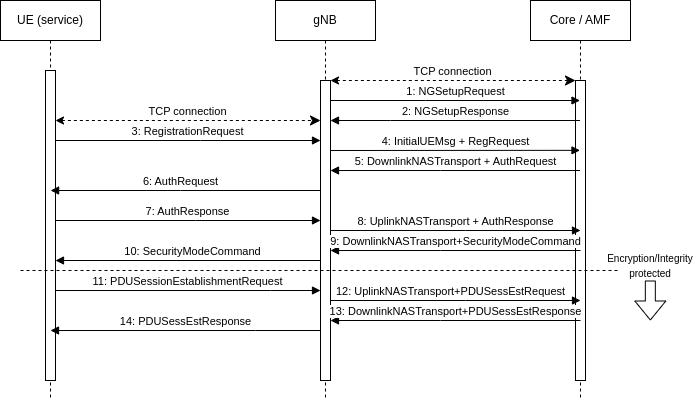
Above: registration.png in enowars/enowars7-service-phreaking (draw.io), before the change. Source tidied: cells renumbered, new cells last; positions are measured from the earlier drawing's top-left corner, leaving out a move shared by most shapes. Source of this version:
```xml
<mxGraphModel>
  <root>
    <mxCell id="0" />
    <mxCell id="1" parent="0" />
    <mxCell id="2" value="UE (service)" style="shape=umlLifeline;perimeter=lifelinePerimeter;whiteSpace=wrap;html=1;outlineConnect=0;portConstraint=eastwest;newEdgeStyle={&quot;edgeStyle&quot;:&quot;elbowEdgeStyle&quot;,&quot;elbow&quot;:&quot;vertical&quot;,&quot;curved&quot;:0,&quot;rounded&quot;:0};" parent="1" vertex="1">
      <mxGeometry width="100" height="400" as="geometry" />
    </mxCell>
    <mxCell id="3" style="html=1;points=[];perimeter=orthogonalPerimeter;outlineConnect=0;targetShapes=umlLifeline;portConstraint=eastwest;newEdgeStyle={&quot;edgeStyle&quot;:&quot;elbowEdgeStyle&quot;,&quot;elbow&quot;:&quot;vertical&quot;,&quot;curved&quot;:0,&quot;rounded&quot;:0};" parent="2" vertex="1">
      <mxGeometry x="45" y="70" width="10" height="310" as="geometry" />
    </mxCell>
    <mxCell id="4" value="gNB" style="shape=umlLifeline;perimeter=lifelinePerimeter;whiteSpace=wrap;html=1;newEdgeStyle={&quot;edgeStyle&quot;:&quot;elbowEdgeStyle&quot;,&quot;elbow&quot;:&quot;vertical&quot;,&quot;curved&quot;:0,&quot;rounded&quot;:0};" parent="1" vertex="1">
      <mxGeometry x="275" width="100" height="400" as="geometry" />
    </mxCell>
    <mxCell id="5" style="html=1;points=[];perimeter=orthogonalPerimeter;outlineConnect=0;targetShapes=umlLifeline;portConstraint=eastwest;newEdgeStyle={&quot;edgeStyle&quot;:&quot;elbowEdgeStyle&quot;,&quot;elbow&quot;:&quot;vertical&quot;,&quot;curved&quot;:0,&quot;rounded&quot;:0};" parent="4" vertex="1">
      <mxGeometry x="45" y="80" width="10" height="300" as="geometry" />
    </mxCell>
    <mxCell id="6" value="3: RegistrationRequest" style="html=1;verticalAlign=bottom;endArrow=block;edgeStyle=elbowEdgeStyle;elbow=vertical;curved=0;rounded=0;" parent="1" edge="1" source="3" target="5">
      <mxGeometry relative="1" as="geometry">
        <Array as="points">
          <mxPoint x="200" y="140" />
          <mxPoint x="190" y="160" />
          <mxPoint x="250" y="140" />
          <mxPoint x="200" y="100" />
          <mxPoint x="245" y="80" />
        </Array>
      </mxGeometry>
    </mxCell>
    <mxCell id="7" value="TCP connection" style="html=1;verticalAlign=bottom;endArrow=classic;dashed=1;endSize=8;edgeStyle=elbowEdgeStyle;elbow=vertical;curved=0;rounded=0;endFill=1;startArrow=classic;startFill=1;" parent="1" edge="1" source="3" target="5">
      <mxGeometry relative="1" as="geometry">
        <Array as="points">
          <mxPoint x="180" y="120" />
          <mxPoint x="240" y="110" />
          <mxPoint x="210" y="80" />
          <mxPoint x="235" y="190" />
        </Array>
      </mxGeometry>
    </mxCell>
    <mxCell id="8" value="Core / AMF" style="shape=umlLifeline;perimeter=lifelinePerimeter;whiteSpace=wrap;html=1;outlineConnect=0;portConstraint=eastwest;newEdgeStyle={&quot;edgeStyle&quot;:&quot;elbowEdgeStyle&quot;,&quot;elbow&quot;:&quot;vertical&quot;,&quot;curved&quot;:0,&quot;rounded&quot;:0};" parent="1" vertex="1">
      <mxGeometry x="530" width="100" height="400" as="geometry" />
    </mxCell>
    <mxCell id="9" style="html=1;points=[];perimeter=orthogonalPerimeter;outlineConnect=0;targetShapes=umlLifeline;portConstraint=eastwest;newEdgeStyle={&quot;edgeStyle&quot;:&quot;elbowEdgeStyle&quot;,&quot;elbow&quot;:&quot;vertical&quot;,&quot;curved&quot;:0,&quot;rounded&quot;:0};" parent="8" vertex="1">
      <mxGeometry x="45" y="80" width="10" height="300" as="geometry" />
    </mxCell>
    <mxCell id="10" value="TCP connection" style="html=1;verticalAlign=bottom;endArrow=classic;dashed=1;endSize=8;edgeStyle=elbowEdgeStyle;elbow=vertical;curved=0;rounded=0;endFill=1;startArrow=classic;startFill=1;" parent="1" edge="1" target="9">
      <mxGeometry relative="1" as="geometry">
        <mxPoint x="330" y="80" as="sourcePoint" />
        <Array as="points">
          <mxPoint x="390" y="80" />
          <mxPoint x="415" y="190" />
        </Array>
      </mxGeometry>
    </mxCell>
    <mxCell id="11" value="1: NGSetupRequest" style="html=1;verticalAlign=bottom;endArrow=block;edgeStyle=elbowEdgeStyle;elbow=vertical;curved=0;rounded=0;" parent="1" edge="1" target="8">
      <mxGeometry relative="1" as="geometry">
        <mxPoint x="330" y="100" as="sourcePoint" />
        <Array as="points">
          <mxPoint x="425" y="100" />
          <mxPoint x="375" y="60" />
          <mxPoint x="420" y="40" />
        </Array>
      </mxGeometry>
    </mxCell>
    <mxCell id="12" value="2: NGSetupResponse" style="html=1;verticalAlign=bottom;endArrow=block;edgeStyle=elbowEdgeStyle;elbow=vertical;curved=0;rounded=0;" parent="1" edge="1" source="8" target="5">
      <mxGeometry relative="1" as="geometry">
        <Array as="points">
          <mxPoint x="390" y="120" />
          <mxPoint x="435" y="110" />
          <mxPoint x="385" y="70" />
          <mxPoint x="430" y="50" />
        </Array>
      </mxGeometry>
    </mxCell>
    <mxCell id="13" value="4: InitialUEMsg + RegRequest" style="html=1;verticalAlign=bottom;endArrow=block;edgeStyle=elbowEdgeStyle;elbow=vertical;curved=0;rounded=0;" parent="1" edge="1" target="8">
      <mxGeometry relative="1" as="geometry">
        <mxPoint x="330" y="150" as="sourcePoint" />
        <Array as="points">
          <mxPoint x="375" y="149.8" />
          <mxPoint x="365" y="169.8" />
          <mxPoint x="425" y="149.8" />
          <mxPoint x="375" y="109.8" />
          <mxPoint x="420" y="89.8" />
        </Array>
      </mxGeometry>
    </mxCell>
    <mxCell id="14" value="5: DownlinkNASTransport + AuthRequest" style="html=1;verticalAlign=bottom;endArrow=block;edgeStyle=elbowEdgeStyle;elbow=vertical;curved=0;rounded=0;" parent="1" edge="1" source="8" target="5">
      <mxGeometry relative="1" as="geometry">
        <Array as="points">
          <mxPoint x="440" y="170" />
          <mxPoint x="420" y="180" />
          <mxPoint x="385" y="159.8" />
          <mxPoint x="375" y="179.8" />
          <mxPoint x="435" y="159.8" />
          <mxPoint x="385" y="119.8" />
          <mxPoint x="430" y="99.8" />
        </Array>
      </mxGeometry>
    </mxCell>
    <mxCell id="15" value="6: AuthRequest" style="html=1;verticalAlign=bottom;endArrow=block;edgeStyle=elbowEdgeStyle;elbow=vertical;curved=0;rounded=0;" parent="1" edge="1" target="2">
      <mxGeometry x="0.04" relative="1" as="geometry">
        <mxPoint x="320" y="190" as="sourcePoint" />
        <Array as="points">
          <mxPoint x="180" y="190" />
          <mxPoint x="160" y="200" />
          <mxPoint x="125" y="179.8" />
          <mxPoint x="115" y="199.8" />
          <mxPoint x="175" y="179.8" />
          <mxPoint x="125" y="139.8" />
          <mxPoint x="170" y="119.8" />
        </Array>
      </mxGeometry>
    </mxCell>
    <mxCell id="16" value="7: AuthResponse" style="html=1;verticalAlign=bottom;endArrow=block;edgeStyle=elbowEdgeStyle;elbow=vertical;curved=0;rounded=0;" parent="1" edge="1" source="3" target="5">
      <mxGeometry relative="1" as="geometry">
        <Array as="points">
          <mxPoint x="195" y="220" />
          <mxPoint x="185" y="240" />
          <mxPoint x="245" y="220" />
          <mxPoint x="195" y="180" />
          <mxPoint x="240" y="160" />
        </Array>
      </mxGeometry>
    </mxCell>
    <mxCell id="17" value="8: UplinkNASTransport + AuthResponse" style="html=1;verticalAlign=bottom;endArrow=block;edgeStyle=elbowEdgeStyle;elbow=vertical;curved=0;rounded=0;" parent="1" edge="1" source="5">
      <mxGeometry relative="1" as="geometry">
        <mxPoint x="580" y="230" as="targetPoint" />
        <Array as="points">
          <mxPoint x="465" y="230" />
          <mxPoint x="455" y="250" />
          <mxPoint x="515" y="230" />
          <mxPoint x="465" y="190" />
          <mxPoint x="510" y="170" />
        </Array>
      </mxGeometry>
    </mxCell>
    <mxCell id="18" value="9: DownlinkNASTransport+SecurityModeCommand" style="html=1;verticalAlign=bottom;endArrow=block;edgeStyle=elbowEdgeStyle;elbow=vertical;curved=0;rounded=0;" parent="1" edge="1">
      <mxGeometry relative="1" as="geometry">
        <mxPoint x="580" y="250" as="sourcePoint" />
        <mxPoint x="330" y="250" as="targetPoint" />
        <Array as="points">
          <mxPoint x="440" y="250" />
          <mxPoint x="420" y="260" />
          <mxPoint x="385" y="239.8" />
          <mxPoint x="375" y="259.8" />
          <mxPoint x="435" y="239.8" />
          <mxPoint x="385" y="199.8" />
          <mxPoint x="430" y="179.8" />
        </Array>
      </mxGeometry>
    </mxCell>
    <mxCell id="19" value="10: SecurityModeCommand" style="html=1;verticalAlign=bottom;endArrow=block;edgeStyle=elbowEdgeStyle;elbow=vertical;curved=0;rounded=0;exitX=0;exitY=0.633;exitDx=0;exitDy=0;exitPerimeter=0;" parent="1" edge="1" source="5" target="3">
      <mxGeometry relative="1" as="geometry">
        <Array as="points">
          <mxPoint x="260" y="260" />
          <mxPoint x="170" y="270" />
          <mxPoint x="150" y="280" />
          <mxPoint x="115" y="259.8" />
          <mxPoint x="105" y="279.8" />
          <mxPoint x="165" y="259.8" />
          <mxPoint x="115" y="219.8" />
          <mxPoint x="160" y="199.8" />
        </Array>
      </mxGeometry>
    </mxCell>
    <mxCell id="20" value="11: PDUSessionEstablishmentRequest" style="html=1;verticalAlign=bottom;endArrow=block;edgeStyle=elbowEdgeStyle;elbow=vertical;curved=0;rounded=0;" parent="1" edge="1" source="3" target="5">
      <mxGeometry relative="1" as="geometry">
        <Array as="points">
          <mxPoint x="270" y="290" />
          <mxPoint x="190" y="280" />
          <mxPoint x="180" y="300" />
          <mxPoint x="240" y="280" />
          <mxPoint x="190" y="240" />
          <mxPoint x="235" y="220" />
        </Array>
      </mxGeometry>
    </mxCell>
    <mxCell id="21" value="12: UplinkNASTransport+PDUSessEstRequest" style="html=1;verticalAlign=bottom;endArrow=block;edgeStyle=elbowEdgeStyle;elbow=vertical;curved=0;rounded=0;" parent="1" edge="1">
      <mxGeometry x="-0.04" relative="1" as="geometry">
        <mxPoint x="330" y="300" as="sourcePoint" />
        <mxPoint x="580" y="300" as="targetPoint" />
        <Array as="points">
          <mxPoint x="465" y="300" />
          <mxPoint x="455" y="320" />
          <mxPoint x="515" y="300" />
          <mxPoint x="465" y="260" />
          <mxPoint x="510" y="240" />
        </Array>
      </mxGeometry>
    </mxCell>
    <mxCell id="22" style="endArrow=none;dashed=1;html=1;rounded=0;" parent="1" edge="1">
      <mxGeometry relative="1" as="geometry">
        <mxPoint x="20" y="270" as="sourcePoint" />
        <mxPoint x="620" y="270" as="targetPoint" />
      </mxGeometry>
    </mxCell>
    <mxCell id="23" value="&lt;span style=&quot;font-size: 10px;&quot;&gt;Encryption/Integrity protected&lt;/span&gt;" style="text;html=1;strokeColor=none;fillColor=none;align=center;verticalAlign=middle;whiteSpace=wrap;rounded=0;" parent="1" vertex="1">
      <mxGeometry x="620" y="250" width="60" height="30" as="geometry" />
    </mxCell>
    <mxCell id="24" style="shape=flexArrow;endArrow=classic;html=1;rounded=0;" parent="1" edge="1">
      <mxGeometry relative="1" as="geometry">
        <mxPoint x="649.8" y="280" as="sourcePoint" />
        <mxPoint x="649.8" y="320" as="targetPoint" />
      </mxGeometry>
    </mxCell>
    <mxCell id="25" value="13: DownlinkNASTransport+PDUSessEstResponse" style="html=1;verticalAlign=bottom;endArrow=block;edgeStyle=elbowEdgeStyle;elbow=vertical;curved=0;rounded=0;" parent="1" edge="1">
      <mxGeometry relative="1" as="geometry">
        <mxPoint x="580" y="320" as="sourcePoint" />
        <mxPoint x="330" y="320" as="targetPoint" />
        <Array as="points">
          <mxPoint x="440" y="320" />
          <mxPoint x="420" y="330" />
          <mxPoint x="385" y="309.8" />
          <mxPoint x="375" y="329.8" />
          <mxPoint x="435" y="309.8" />
          <mxPoint x="385" y="269.8" />
          <mxPoint x="430" y="249.8" />
        </Array>
      </mxGeometry>
    </mxCell>
    <mxCell id="26" value="14: PDUSessEstResponse" style="html=1;verticalAlign=bottom;endArrow=block;edgeStyle=elbowEdgeStyle;elbow=vertical;curved=0;rounded=0;" parent="1" edge="1" source="5">
      <mxGeometry relative="1" as="geometry">
        <mxPoint x="50" y="330" as="targetPoint" />
        <Array as="points">
          <mxPoint x="255" y="330" />
          <mxPoint x="165" y="340" />
          <mxPoint x="145" y="350" />
          <mxPoint x="110" y="329.8" />
          <mxPoint x="100" y="349.8" />
          <mxPoint x="160" y="329.8" />
          <mxPoint x="110" y="289.8" />
          <mxPoint x="155" y="269.8" />
        </Array>
      </mxGeometry>
    </mxCell>
  </root>
</mxGraphModel>
```
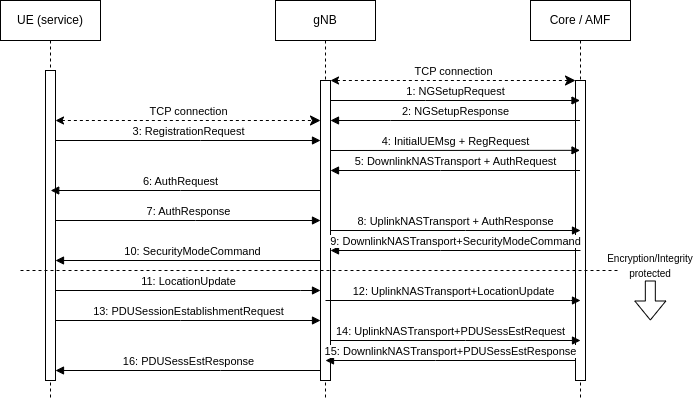
The same file after the commit.

Change to the diagram source:
```diff
@@ -161,9 +161,11 @@
         </Array>
       </mxGeometry>
     </mxCell>
-    <mxCell id="20" value="11: PDUSessionEstablishmentRequest" style="html=1;verticalAlign=bottom;endArrow=block;edgeStyle=elbowEdgeStyle;elbow=vertical;curved=0;rounded=0;" parent="1" edge="1" source="3" target="5">
+    <mxCell id="20" value="13: PDUSessionEstablishmentRequest" style="html=1;verticalAlign=bottom;endArrow=block;edgeStyle=elbowEdgeStyle;elbow=vertical;curved=0;rounded=0;" parent="1" edge="1" source="3" target="5">
       <mxGeometry relative="1" as="geometry">
         <Array as="points">
+          <mxPoint x="180" y="320" />
+          <mxPoint x="250" y="300" />
           <mxPoint x="270" y="290" />
           <mxPoint x="190" y="280" />
           <mxPoint x="180" y="300" />
@@ -173,16 +175,16 @@
         </Array>
       </mxGeometry>
     </mxCell>
-    <mxCell id="21" value="12: UplinkNASTransport+PDUSessEstRequest" style="html=1;verticalAlign=bottom;endArrow=block;edgeStyle=elbowEdgeStyle;elbow=vertical;curved=0;rounded=0;" parent="1" edge="1">
+    <mxCell id="21" value="14: UplinkNASTransport+PDUSessEstRequest" style="html=1;verticalAlign=bottom;endArrow=block;edgeStyle=elbowEdgeStyle;elbow=vertical;curved=0;rounded=0;" parent="1" edge="1">
       <mxGeometry x="-0.04" relative="1" as="geometry">
-        <mxPoint x="330" y="300" as="sourcePoint" />
-        <mxPoint x="580" y="300" as="targetPoint" />
+        <mxPoint x="330" y="340" as="sourcePoint" />
+        <mxPoint x="580" y="340" as="targetPoint" />
         <Array as="points">
+          <mxPoint x="465" y="340" />
+          <mxPoint x="455" y="360" />
+          <mxPoint x="515" y="340" />
           <mxPoint x="465" y="300" />
-          <mxPoint x="455" y="320" />
-          <mxPoint x="515" y="300" />
-          <mxPoint x="465" y="260" />
-          <mxPoint x="510" y="240" />
+          <mxPoint x="510" y="280" />
         </Array>
       </mxGeometry>
     </mxCell>
@@ -201,25 +203,26 @@
         <mxPoint x="649.8" y="320" as="targetPoint" />
       </mxGeometry>
     </mxCell>
-    <mxCell id="25" value="13: DownlinkNASTransport+PDUSessEstResponse" style="html=1;verticalAlign=bottom;endArrow=block;edgeStyle=elbowEdgeStyle;elbow=vertical;curved=0;rounded=0;" parent="1" edge="1">
+    <mxCell id="25" value="15: DownlinkNASTransport+PDUSessEstResponse" style="html=1;verticalAlign=bottom;endArrow=block;edgeStyle=elbowEdgeStyle;elbow=vertical;curved=0;rounded=0;" parent="1" edge="1">
       <mxGeometry relative="1" as="geometry">
-        <mxPoint x="580" y="320" as="sourcePoint" />
-        <mxPoint x="330" y="320" as="targetPoint" />
+        <mxPoint x="575" y="360" as="sourcePoint" />
+        <mxPoint x="325" y="360" as="targetPoint" />
         <Array as="points">
-          <mxPoint x="440" y="320" />
-          <mxPoint x="420" y="330" />
-          <mxPoint x="385" y="309.8" />
-          <mxPoint x="375" y="329.8" />
-          <mxPoint x="435" y="309.8" />
-          <mxPoint x="385" y="269.8" />
-          <mxPoint x="430" y="249.8" />
+          <mxPoint x="435" y="360" />
+          <mxPoint x="415" y="370" />
+          <mxPoint x="380" y="349.8" />
+          <mxPoint x="370" y="369.8" />
+          <mxPoint x="430" y="349.8" />
+          <mxPoint x="380" y="309.8" />
+          <mxPoint x="425" y="289.8" />
         </Array>
       </mxGeometry>
     </mxCell>
-    <mxCell id="26" value="14: PDUSessEstResponse" style="html=1;verticalAlign=bottom;endArrow=block;edgeStyle=elbowEdgeStyle;elbow=vertical;curved=0;rounded=0;" parent="1" edge="1" source="5">
+    <mxCell id="26" value="16: PDUSessEstResponse" style="html=1;verticalAlign=bottom;endArrow=block;edgeStyle=elbowEdgeStyle;elbow=vertical;curved=0;rounded=0;" parent="1" edge="1" source="5" target="3">
       <mxGeometry relative="1" as="geometry">
-        <mxPoint x="50" y="330" as="targetPoint" />
         <Array as="points">
+          <mxPoint x="220" y="370" />
+          <mxPoint x="280" y="350" />
           <mxPoint x="255" y="330" />
           <mxPoint x="165" y="340" />
           <mxPoint x="145" y="350" />
@@ -231,5 +234,38 @@
         </Array>
       </mxGeometry>
     </mxCell>
+    <mxCell id="27" value="11: LocationUpdate" style="html=1;verticalAlign=bottom;endArrow=block;edgeStyle=elbowEdgeStyle;elbow=vertical;curved=0;rounded=0;" parent="1" edge="1" source="3">
+      <mxGeometry relative="1" as="geometry">
+        <mxPoint x="320" y="290" as="targetPoint" />
+        <Array as="points">
+          <mxPoint x="300" y="290" />
+          <mxPoint x="185" y="290" />
+          <mxPoint x="255" y="270" />
+          <mxPoint x="275" y="260" />
+          <mxPoint x="195" y="250" />
+          <mxPoint x="185" y="270" />
+          <mxPoint x="245" y="250" />
+          <mxPoint x="195" y="210" />
+          <mxPoint x="240" y="190" />
+        </Array>
+      </mxGeometry>
+    </mxCell>
+    <mxCell id="28" value="12: UplinkNASTransport+LocationUpdate" style="html=1;verticalAlign=bottom;endArrow=block;edgeStyle=elbowEdgeStyle;elbow=vertical;curved=0;rounded=0;" parent="1" edge="1">
+      <mxGeometry relative="1" as="geometry">
+        <mxPoint x="325" y="300" as="sourcePoint" />
+        <mxPoint x="580" y="300" as="targetPoint" />
+        <Array as="points">
+          <mxPoint x="570" y="300" />
+          <mxPoint x="455" y="300" />
+          <mxPoint x="525" y="280" />
+          <mxPoint x="545" y="270" />
+          <mxPoint x="465" y="260" />
+          <mxPoint x="455" y="280" />
+          <mxPoint x="515" y="260" />
+          <mxPoint x="465" y="220" />
+          <mxPoint x="510" y="200" />
+        </Array>
+      </mxGeometry>
+    </mxCell>
   </root>
 </mxGraphModel>
```
